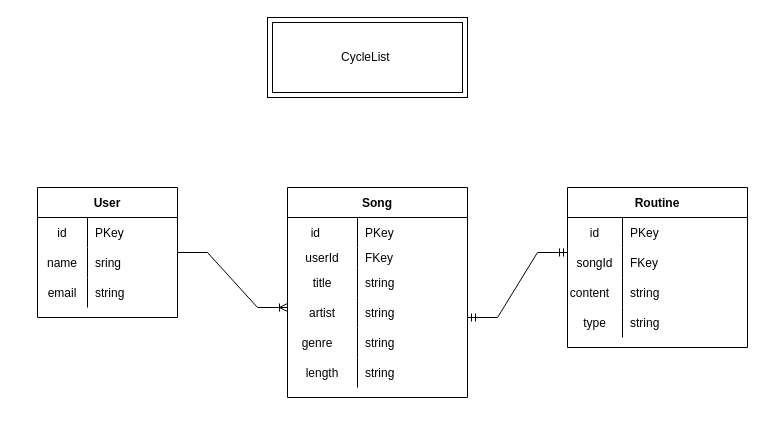
Earlier version of the draw.io diagram Assets/CycleList ERD.drawio (frank-booth/CycleList_Frontend). Source tidied: cells renumbered, new cells numbered last; positions are measured from the earlier drawing's top-left corner, leaving out a move shared by most shapes. Both pictures are drawn from the tidied source at 100%, with x=0, y=0 at pixel (37, 17).
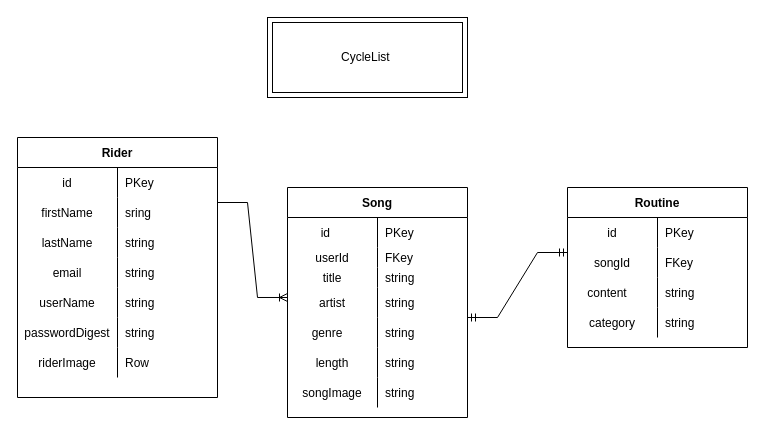
The same page after the edit.

The change refers to these unchanged cells:
```xml
<mxCell id="13" style="shape=tableRow;horizontal=0;startSize=0;swimlaneHead=0;swimlaneBody=0;fillColor=none;top=0;left=0;right=0;bottom=0;" parent="12" vertex="1">
  <mxGeometry y="30" width="180" height="30" as="geometry" />
</mxCell>
<mxCell id="16" style="shape=tableRow;horizontal=0;startSize=0;swimlaneHead=0;swimlaneBody=0;fillColor=none;top=0;left=0;right=0;bottom=0;" parent="12" vertex="1">
  <mxGeometry y="60" width="180" height="30" as="geometry" />
</mxCell>
<mxCell id="19" style="shape=tableRow;horizontal=0;startSize=0;swimlaneHead=0;swimlaneBody=0;fillColor=none;top=0;left=0;right=0;bottom=0;" parent="12" vertex="1">
  <mxGeometry y="90" width="180" height="30" as="geometry" />
</mxCell>
<mxCell id="22" style="shape=tableRow;horizontal=0;startSize=0;swimlaneHead=0;swimlaneBody=0;fillColor=none;top=0;left=0;right=0;bottom=0;" parent="12" vertex="1">
  <mxGeometry y="120" width="180" height="30" as="geometry" />
</mxCell>
<mxCell id="26" style="shape=tableRow;horizontal=0;startSize=0;swimlaneHead=0;swimlaneBody=0;fillColor=none;top=0;left=0;right=0;bottom=0;" parent="25" vertex="1">
  <mxGeometry y="30" width="180" height="30" as="geometry" />
</mxCell>
<mxCell id="29" style="shape=tableRow;horizontal=0;startSize=0;swimlaneHead=0;swimlaneBody=0;fillColor=none;top=0;left=0;right=0;bottom=0;" parent="25" vertex="1">
  <mxGeometry y="60" width="180" height="20" as="geometry" />
</mxCell>
```

Diff of the diagram source:
```diff
@@
-    <mxCell id="2" value="User" style="shape=table;startSize=30;childLayout=tableLayout;rowLines=0;fontStyle=1;align=center;" parent="1" vertex="1">
-      <mxGeometry y="170" width="140" height="130" as="geometry" />
+    <mxCell id="2" value="Rider" style="shape=table;startSize=30;childLayout=tableLayout;rowLines=0;fontStyle=1;align=center;" parent="1" vertex="1">
+      <mxGeometry x="-20" y="120" width="200" height="260" as="geometry" />
     </mxCell>
     <mxCell id="3" style="shape=tableRow;horizontal=0;startSize=0;swimlaneHead=0;swimlaneBody=0;fillColor=none;top=0;left=0;right=0;bottom=0;" parent="2" vertex="1">
-      <mxGeometry y="30" width="140" height="30" as="geometry" />
+      <mxGeometry y="30" width="200" height="30" as="geometry" />
     </mxCell>
     <mxCell id="4" value="id" style="shape=partialRectangle;fillColor=none;top=0;left=0;bottom=0;right=0;overflow=hidden;" parent="3" vertex="1">
-      <mxGeometry width="50" height="30" as="geometry" />
+      <mxGeometry width="100" height="30" as="geometry" />
     </mxCell>
     <mxCell id="5" value="PKey" style="shape=partialRectangle;fillColor=none;top=0;left=0;bottom=0;right=0;align=left;spacingLeft=6;overflow=hidden;" parent="3" vertex="1">
-      <mxGeometry x="50" width="90" height="30" as="geometry" />
+      <mxGeometry x="100" width="100" height="30" as="geometry" />
     </mxCell>
     <mxCell id="6" style="shape=tableRow;horizontal=0;startSize=0;swimlaneHead=0;swimlaneBody=0;fillColor=none;points=[[0,0.5],[1,0.5]];portConstraint=eastwest;top=0;left=0;right=0;bottom=0;" parent="2" vertex="1">
-      <mxGeometry y="60" width="140" height="30" as="geometry" />
+      <mxGeometry y="60" width="200" height="30" as="geometry" />
     </mxCell>
-    <mxCell id="7" value="name" style="shape=partialRectangle;fillColor=none;top=0;left=0;bottom=0;right=0;overflow=hidden;" parent="6" vertex="1">
-      <mxGeometry width="50" height="30" as="geometry" />
+    <mxCell id="7" value="firstName" style="shape=partialRectangle;fillColor=none;top=0;left=0;bottom=0;right=0;overflow=hidden;" parent="6" vertex="1">
+      <mxGeometry width="100" height="30" as="geometry" />
     </mxCell>
     <mxCell id="8" value="sring" style="shape=partialRectangle;fillColor=none;top=0;left=0;bottom=0;right=0;align=left;spacingLeft=6;overflow=hidden;" parent="6" vertex="1">
-      <mxGeometry x="50" width="90" height="30" as="geometry" />
+      <mxGeometry x="100" width="100" height="30" as="geometry" />
     </mxCell>
+    <mxCell id="47" style="shape=tableRow;horizontal=0;startSize=0;swimlaneHead=0;swimlaneBody=0;fillColor=none;top=0;left=0;right=0;bottom=0;" parent="2" vertex="1">
+      <mxGeometry y="90" width="200" height="30" as="geometry" />
+    </mxCell>
+    <mxCell id="48" value="lastName" style="shape=partialRectangle;fillColor=none;top=0;left=0;bottom=0;right=0;overflow=hidden;" parent="47" vertex="1">
+      <mxGeometry width="100" height="30" as="geometry" />
+    </mxCell>
+    <mxCell id="49" value="string" style="shape=partialRectangle;fillColor=none;top=0;left=0;bottom=0;right=0;align=left;spacingLeft=6;overflow=hidden;" parent="47" vertex="1">
+      <mxGeometry x="100" width="100" height="30" as="geometry" />
+    </mxCell>
     <mxCell id="9" style="shape=tableRow;horizontal=0;startSize=0;swimlaneHead=0;swimlaneBody=0;fillColor=none;top=0;left=0;right=0;bottom=0;" parent="2" vertex="1">
-      <mxGeometry y="90" width="140" height="30" as="geometry" />
+      <mxGeometry y="120" width="200" height="30" as="geometry" />
     </mxCell>
     <mxCell id="10" value="email" style="shape=partialRectangle;fillColor=none;top=0;left=0;bottom=0;right=0;overflow=hidden;" parent="9" vertex="1">
-      <mxGeometry width="50" height="30" as="geometry" />
+      <mxGeometry width="100" height="30" as="geometry" />
     </mxCell>
     <mxCell id="11" value="string" style="shape=partialRectangle;fillColor=none;top=0;left=0;bottom=0;right=0;align=left;spacingLeft=6;overflow=hidden;" parent="9" vertex="1">
-      <mxGeometry x="50" width="90" height="30" as="geometry" />
+      <mxGeometry x="100" width="100" height="30" as="geometry" />
     </mxCell>
+    <mxCell id="50" style="shape=tableRow;horizontal=0;startSize=0;swimlaneHead=0;swimlaneBody=0;fillColor=none;top=0;left=0;right=0;bottom=0;" parent="2" vertex="1">
+      <mxGeometry y="150" width="200" height="30" as="geometry" />
+    </mxCell>
+    <mxCell id="51" value="userName" style="shape=partialRectangle;fillColor=none;top=0;left=0;bottom=0;right=0;overflow=hidden;" parent="50" vertex="1">
+      <mxGeometry width="100" height="30" as="geometry" />
+    </mxCell>
+    <mxCell id="52" value="string" style="shape=partialRectangle;fillColor=none;top=0;left=0;bottom=0;right=0;align=left;spacingLeft=6;overflow=hidden;" parent="50" vertex="1">
+      <mxGeometry x="100" width="100" height="30" as="geometry" />
+    </mxCell>
+    <mxCell id="53" style="shape=tableRow;horizontal=0;startSize=0;swimlaneHead=0;swimlaneBody=0;fillColor=none;top=0;left=0;right=0;bottom=0;" parent="2" vertex="1">
+      <mxGeometry y="180" width="200" height="30" as="geometry" />
+    </mxCell>
+    <mxCell id="54" value="passwordDigest" style="shape=partialRectangle;fillColor=none;top=0;left=0;bottom=0;right=0;overflow=hidden;" parent="53" vertex="1">
+      <mxGeometry width="100" height="30" as="geometry" />
+    </mxCell>
+    <mxCell id="55" value="string" style="shape=partialRectangle;fillColor=none;top=0;left=0;bottom=0;right=0;align=left;spacingLeft=6;overflow=hidden;" parent="53" vertex="1">
+      <mxGeometry x="100" width="100" height="30" as="geometry" />
+    </mxCell>
+    <mxCell id="56" style="shape=tableRow;horizontal=0;startSize=0;swimlaneHead=0;swimlaneBody=0;fillColor=none;top=0;left=0;right=0;bottom=0;" parent="2" vertex="1">
+      <mxGeometry y="210" width="200" height="30" as="geometry" />
+    </mxCell>
+    <mxCell id="57" value="riderImage" style="shape=partialRectangle;fillColor=none;top=0;left=0;bottom=0;right=0;overflow=hidden;" parent="56" vertex="1">
+      <mxGeometry width="100" height="30" as="geometry" />
+    </mxCell>
+    <mxCell id="58" value="Row" style="shape=partialRectangle;fillColor=none;top=0;left=0;bottom=0;right=0;align=left;spacingLeft=6;overflow=hidden;" parent="56" vertex="1">
+      <mxGeometry x="100" width="100" height="30" as="geometry" />
+    </mxCell>
@@
     <mxCell id="14" value="id" style="shape=partialRectangle;fillColor=none;top=0;left=0;bottom=0;right=0;overflow=hidden;" parent="13" vertex="1">
-      <mxGeometry width="55" height="30" as="geometry" />
+      <mxGeometry width="90" height="30" as="geometry" />
     </mxCell>
     <mxCell id="15" value="PKey" style="shape=partialRectangle;fillColor=none;top=0;left=0;bottom=0;right=0;align=left;spacingLeft=6;overflow=hidden;" parent="13" vertex="1">
-      <mxGeometry x="55" width="125" height="30" as="geometry" />
+      <mxGeometry x="90" width="90" height="30" as="geometry" />
     </mxCell>
@@
     <mxCell id="17" value="songId" style="shape=partialRectangle;fillColor=none;top=0;left=0;bottom=0;right=0;overflow=hidden;" parent="16" vertex="1">
-      <mxGeometry width="55" height="30" as="geometry" />
+      <mxGeometry width="90" height="30" as="geometry" />
     </mxCell>
     <mxCell id="18" value="FKey" style="shape=partialRectangle;fillColor=none;top=0;left=0;bottom=0;right=0;align=left;spacingLeft=6;overflow=hidden;" parent="16" vertex="1">
-      <mxGeometry x="55" width="125" height="30" as="geometry" />
+      <mxGeometry x="90" width="90" height="30" as="geometry" />
     </mxCell>
@@
     <mxCell id="20" value="content   " style="shape=partialRectangle;fillColor=none;top=0;left=0;bottom=0;right=0;overflow=hidden;" parent="19" vertex="1">
-      <mxGeometry width="55" height="30" as="geometry" />
+      <mxGeometry width="90" height="30" as="geometry" />
     </mxCell>
     <mxCell id="21" value="string" style="shape=partialRectangle;fillColor=none;top=0;left=0;bottom=0;right=0;align=left;spacingLeft=6;overflow=hidden;" parent="19" vertex="1">
-      <mxGeometry x="55" width="125" height="30" as="geometry" />
+      <mxGeometry x="90" width="90" height="30" as="geometry" />
     </mxCell>
@@
-    <mxCell id="23" value="type" style="shape=partialRectangle;fillColor=none;top=0;left=0;bottom=0;right=0;overflow=hidden;" parent="22" vertex="1">
-      <mxGeometry width="55" height="30" as="geometry" />
+    <mxCell id="23" value="category" style="shape=partialRectangle;fillColor=none;top=0;left=0;bottom=0;right=0;overflow=hidden;" parent="22" vertex="1">
+      <mxGeometry width="90" height="30" as="geometry" />
     </mxCell>
     <mxCell id="24" value="string" style="shape=partialRectangle;fillColor=none;top=0;left=0;bottom=0;right=0;align=left;spacingLeft=6;overflow=hidden;" parent="22" vertex="1">
-      <mxGeometry x="55" width="125" height="30" as="geometry" />
+      <mxGeometry x="90" width="90" height="30" as="geometry" />
     </mxCell>
     <mxCell id="25" value="Song" style="shape=table;startSize=30;childLayout=tableLayout;rowLines=0;fontStyle=1;align=center;" parent="1" vertex="1">
-      <mxGeometry x="250" y="170" width="180" height="210" as="geometry" />
+      <mxGeometry x="250" y="170" width="180" height="230" as="geometry" />
     </mxCell>
@@
     <mxCell id="27" value="id    " style="shape=partialRectangle;fillColor=none;top=0;left=0;bottom=0;right=0;overflow=hidden;" parent="26" vertex="1">
-      <mxGeometry width="70" height="30" as="geometry" />
+      <mxGeometry width="90" height="30" as="geometry" />
     </mxCell>
     <mxCell id="28" value="PKey" style="shape=partialRectangle;fillColor=none;top=0;left=0;bottom=0;right=0;align=left;spacingLeft=6;overflow=hidden;" parent="26" vertex="1">
-      <mxGeometry x="70" width="110" height="30" as="geometry" />
+      <mxGeometry x="90" width="90" height="30" as="geometry" />
     </mxCell>
@@
     <mxCell id="30" value="userId" style="shape=partialRectangle;fillColor=none;top=0;left=0;bottom=0;right=0;overflow=hidden;" parent="29" vertex="1">
-      <mxGeometry width="70" height="20" as="geometry" />
+      <mxGeometry width="90" height="20" as="geometry" />
     </mxCell>
     <mxCell id="31" value="FKey" style="shape=partialRectangle;fillColor=none;top=0;left=0;bottom=0;right=0;align=left;spacingLeft=6;overflow=hidden;" parent="29" vertex="1">
-      <mxGeometry x="70" width="110" height="20" as="geometry" />
+      <mxGeometry x="90" width="90" height="20" as="geometry" />
     </mxCell>
     <mxCell id="32" style="shape=tableRow;horizontal=0;startSize=0;swimlaneHead=0;swimlaneBody=0;fillColor=none;top=0;left=0;right=0;bottom=0;" parent="25" vertex="1">
-      <mxGeometry y="80" width="180" height="30" as="geometry" />
+      <mxGeometry y="80" width="180" height="20" as="geometry" />
     </mxCell>
     <mxCell id="33" value="title" style="shape=partialRectangle;fillColor=none;top=0;left=0;bottom=0;right=0;overflow=hidden;" parent="32" vertex="1">
-      <mxGeometry width="70" height="30" as="geometry" />
+      <mxGeometry width="90" height="20" as="geometry" />
     </mxCell>
     <mxCell id="34" value="string" style="shape=partialRectangle;fillColor=none;top=0;left=0;bottom=0;right=0;align=left;spacingLeft=6;overflow=hidden;" parent="32" vertex="1">
-      <mxGeometry x="70" width="110" height="30" as="geometry" />
+      <mxGeometry x="90" width="90" height="20" as="geometry" />
     </mxCell>
     <mxCell id="35" style="shape=tableRow;horizontal=0;startSize=0;swimlaneHead=0;swimlaneBody=0;fillColor=none;points=[[0,0.5],[1,0.5]];portConstraint=eastwest;top=0;left=0;right=0;bottom=0;" parent="25" vertex="1">
-      <mxGeometry y="110" width="180" height="30" as="geometry" />
+      <mxGeometry y="100" width="180" height="30" as="geometry" />
     </mxCell>
     <mxCell id="36" value="artist" style="shape=partialRectangle;fillColor=none;top=0;left=0;bottom=0;right=0;overflow=hidden;" parent="35" vertex="1">
-      <mxGeometry width="70" height="30" as="geometry" />
+      <mxGeometry width="90" height="30" as="geometry" />
     </mxCell>
     <mxCell id="37" value="string" style="shape=partialRectangle;fillColor=none;top=0;left=0;bottom=0;right=0;align=left;spacingLeft=6;overflow=hidden;" parent="35" vertex="1">
-      <mxGeometry x="70" width="110" height="30" as="geometry" />
+      <mxGeometry x="90" width="90" height="30" as="geometry" />
     </mxCell>
     <mxCell id="38" style="shape=tableRow;horizontal=0;startSize=0;swimlaneHead=0;swimlaneBody=0;fillColor=none;top=0;left=0;right=0;bottom=0;" parent="25" vertex="1">
-      <mxGeometry y="140" width="180" height="30" as="geometry" />
+      <mxGeometry y="130" width="180" height="30" as="geometry" />
     </mxCell>
     <mxCell id="39" value="genre   " style="shape=partialRectangle;fillColor=none;top=0;left=0;bottom=0;right=0;overflow=hidden;" parent="38" vertex="1">
-      <mxGeometry width="70" height="30" as="geometry" />
+      <mxGeometry width="90" height="30" as="geometry" />
     </mxCell>
     <mxCell id="40" value="string" style="shape=partialRectangle;fillColor=none;top=0;left=0;bottom=0;right=0;align=left;spacingLeft=6;overflow=hidden;" parent="38" vertex="1">
-      <mxGeometry x="70" width="110" height="30" as="geometry" />
+      <mxGeometry x="90" width="90" height="30" as="geometry" />
     </mxCell>
     <mxCell id="41" style="shape=tableRow;horizontal=0;startSize=0;swimlaneHead=0;swimlaneBody=0;fillColor=none;top=0;left=0;right=0;bottom=0;" parent="25" vertex="1">
-      <mxGeometry y="170" width="180" height="30" as="geometry" />
+      <mxGeometry y="160" width="180" height="30" as="geometry" />
     </mxCell>
     <mxCell id="42" value="length" style="shape=partialRectangle;fillColor=none;top=0;left=0;bottom=0;right=0;overflow=hidden;" parent="41" vertex="1">
-      <mxGeometry width="70" height="30" as="geometry" />
+      <mxGeometry width="90" height="30" as="geometry" />
     </mxCell>
     <mxCell id="43" value="string" style="shape=partialRectangle;fillColor=none;top=0;left=0;bottom=0;right=0;align=left;spacingLeft=6;overflow=hidden;" parent="41" vertex="1">
-      <mxGeometry x="70" width="110" height="30" as="geometry" />
+      <mxGeometry x="90" width="90" height="30" as="geometry" />
     </mxCell>
+    <mxCell id="59" style="shape=tableRow;horizontal=0;startSize=0;swimlaneHead=0;swimlaneBody=0;fillColor=none;top=0;left=0;right=0;bottom=0;" parent="25" vertex="1">
+      <mxGeometry y="190" width="180" height="30" as="geometry" />
+    </mxCell>
+    <mxCell id="60" value="songImage" style="shape=partialRectangle;fillColor=none;top=0;left=0;bottom=0;right=0;overflow=hidden;" parent="59" vertex="1">
+      <mxGeometry width="90" height="30" as="geometry" />
+    </mxCell>
+    <mxCell id="61" value="string" style="shape=partialRectangle;fillColor=none;top=0;left=0;bottom=0;right=0;align=left;spacingLeft=6;overflow=hidden;" parent="59" vertex="1">
+      <mxGeometry x="90" width="90" height="30" as="geometry" />
+    </mxCell>
```
